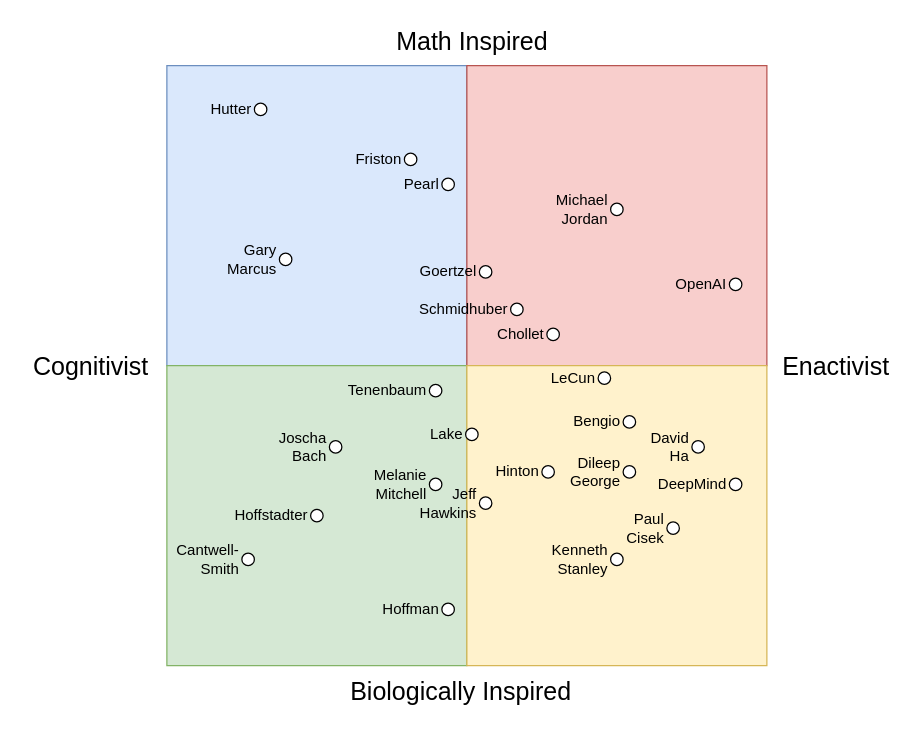
Before: agenda_preference.drawio in codeaudit/1, a draw.io diagram. Source tidied: cells renumbered, new cells numbered last; positions are measured from the earlier drawing's top-left corner, leaving out a move shared by most shapes. Both pictures are drawn from the tidied source at 125%, with x=0, y=0 at pixel (21, 21).
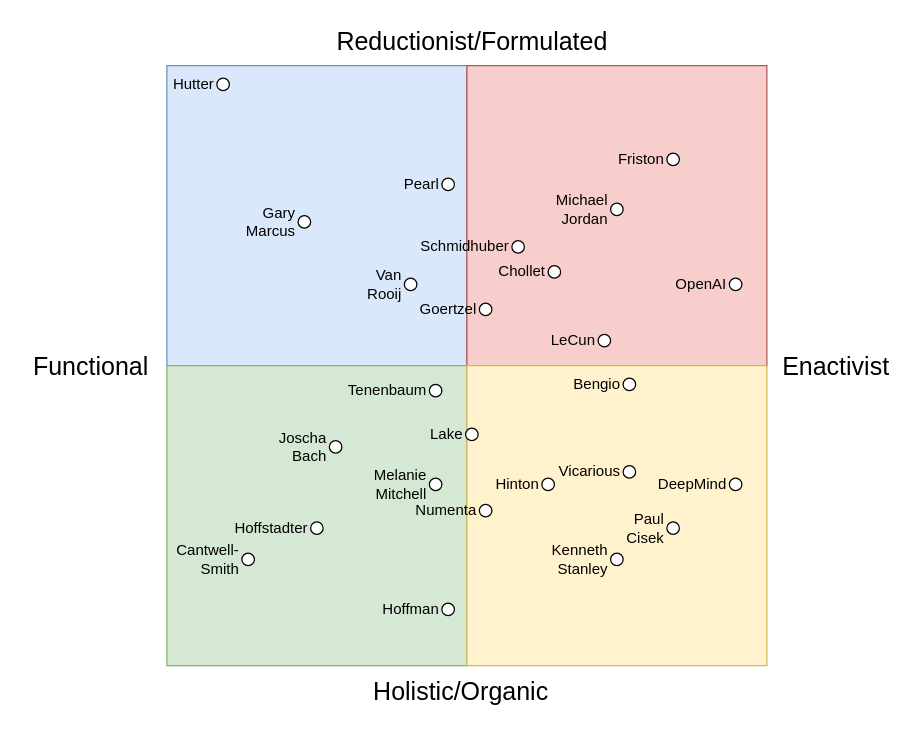
The same diagram, later.

Change to the diagram source:
```diff
@@
-    <mxCell id="6" value="Biologically Inspired" style="text;html=1;align=center;verticalAlign=middle;fontSize=20;" parent="1" vertex="1">
-      <mxGeometry x="256" y="520" width="190" height="30" as="geometry" />
+    <mxCell id="6" value="Holistic/Organic" style="text;html=1;align=center;verticalAlign=middle;fontSize=20;" parent="1" vertex="1">
+      <mxGeometry x="271" y="520" width="160" height="30" as="geometry" />
     </mxCell>
-    <mxCell id="7" value="Math Inspired" style="text;html=1;align=center;verticalAlign=middle;fontSize=20;" parent="1" vertex="1">
-      <mxGeometry x="290" width="140" height="30" as="geometry" />
+    <mxCell id="7" value="Reductionist/Formulated" style="text;html=1;align=center;verticalAlign=middle;fontSize=20;" parent="1" vertex="1">
+      <mxGeometry x="245" width="230" height="30" as="geometry" />
     </mxCell>
@@
-    <mxCell id="9" value="Cognitivist" style="text;html=1;align=center;verticalAlign=middle;fontSize=20;" parent="1" vertex="1">
+    <mxCell id="9" value="Functional" style="text;html=1;align=center;verticalAlign=middle;fontSize=20;" parent="1" vertex="1">
       <mxGeometry y="260" width="110" height="30" as="geometry" />
     </mxCell>
@@
-    <mxCell id="11" value="Jeff&lt;br&gt;Hawkins" style="ellipse;whiteSpace=wrap;html=1;fontSize=12;labelPosition=left;verticalLabelPosition=middle;align=right;verticalAlign=middle;" parent="1" vertex="1">
-      <mxGeometry x="366" y="380" width="10" height="10" as="geometry" />
+    <mxCell id="11" value="Numenta" style="ellipse;whiteSpace=wrap;html=1;fontSize=12;labelPosition=left;verticalLabelPosition=middle;align=right;verticalAlign=middle;" parent="1" vertex="1">
+      <mxGeometry x="366" y="386" width="10" height="10" as="geometry" />
     </mxCell>
     <mxCell id="12" value="Gary&lt;br&gt;Marcus" style="ellipse;whiteSpace=wrap;html=1;fontSize=12;labelPosition=left;verticalLabelPosition=middle;align=right;verticalAlign=middle;" parent="1" vertex="1">
-      <mxGeometry x="206" y="185" width="10" height="10" as="geometry" />
+      <mxGeometry x="221" y="155" width="10" height="10" as="geometry" />
     </mxCell>
     <mxCell id="13" value="LeCun" style="ellipse;whiteSpace=wrap;html=1;fontSize=12;labelPosition=left;verticalLabelPosition=middle;align=right;verticalAlign=middle;" parent="1" vertex="1">
-      <mxGeometry x="461" y="280" width="10" height="10" as="geometry" />
+      <mxGeometry x="461" y="250" width="10" height="10" as="geometry" />
     </mxCell>
     <mxCell id="14" value="Hinton" style="ellipse;whiteSpace=wrap;html=1;fontSize=12;labelPosition=left;verticalLabelPosition=middle;align=right;verticalAlign=middle;" parent="1" vertex="1">
-      <mxGeometry x="416" y="355" width="10" height="10" as="geometry" />
+      <mxGeometry x="416" y="365" width="10" height="10" as="geometry" />
     </mxCell>
     <mxCell id="15" value="Bengio" style="ellipse;whiteSpace=wrap;html=1;fontSize=12;labelPosition=left;verticalLabelPosition=middle;align=right;verticalAlign=middle;" parent="1" vertex="1">
-      <mxGeometry x="481" y="315" width="10" height="10" as="geometry" />
+      <mxGeometry x="481" y="285" width="10" height="10" as="geometry" />
     </mxCell>
     <mxCell id="16" value="Schmidhuber" style="ellipse;whiteSpace=wrap;html=1;fontSize=12;labelPosition=left;verticalLabelPosition=middle;align=right;verticalAlign=middle;" parent="1" vertex="1">
-      <mxGeometry x="391" y="225" width="10" height="10" as="geometry" />
+      <mxGeometry x="392" y="175" width="10" height="10" as="geometry" />
     </mxCell>
-    <mxCell id="17" value="David&lt;br&gt;Ha" style="ellipse;whiteSpace=wrap;html=1;fontSize=12;labelPosition=left;verticalLabelPosition=middle;align=right;verticalAlign=middle;" parent="1" vertex="1">
-      <mxGeometry x="536" y="335" width="10" height="10" as="geometry" />
-    </mxCell>
@@
     <mxCell id="20" value="Hoffstadter" style="ellipse;whiteSpace=wrap;html=1;fontSize=12;labelPosition=left;verticalLabelPosition=middle;align=right;verticalAlign=middle;" parent="1" vertex="1">
-      <mxGeometry x="231" y="390" width="10" height="10" as="geometry" />
+      <mxGeometry x="231" y="400" width="10" height="10" as="geometry" />
     </mxCell>
@@
     <mxCell id="22" value="Hutter" style="ellipse;whiteSpace=wrap;html=1;fontSize=12;labelPosition=left;verticalLabelPosition=middle;align=right;verticalAlign=middle;" parent="1" vertex="1">
-      <mxGeometry x="186" y="65" width="10" height="10" as="geometry" />
+      <mxGeometry x="156" y="45" width="10" height="10" as="geometry" />
     </mxCell>
     <mxCell id="23" value="Goertzel" style="ellipse;whiteSpace=wrap;html=1;fontSize=12;labelPosition=left;verticalLabelPosition=middle;align=right;verticalAlign=middle;" parent="1" vertex="1">
-      <mxGeometry x="366" y="195" width="10" height="10" as="geometry" />
+      <mxGeometry x="366" y="225" width="10" height="10" as="geometry" />
     </mxCell>
@@
     <mxCell id="31" value="Chollet" style="ellipse;whiteSpace=wrap;html=1;fontSize=12;labelPosition=left;verticalLabelPosition=middle;align=right;verticalAlign=middle;" parent="1" vertex="1">
-      <mxGeometry x="420" y="245" width="10" height="10" as="geometry" />
+      <mxGeometry x="421" y="195" width="10" height="10" as="geometry" />
     </mxCell>
-    <mxCell id="32" value="Dileep&lt;br&gt;George" style="ellipse;whiteSpace=wrap;html=1;fontSize=12;labelPosition=left;verticalLabelPosition=middle;align=right;verticalAlign=middle;" parent="1" vertex="1">
+    <mxCell id="32" value="Vicarious" style="ellipse;whiteSpace=wrap;html=1;fontSize=12;labelPosition=left;verticalLabelPosition=middle;align=right;verticalAlign=middle;" parent="1" vertex="1">
       <mxGeometry x="481" y="355" width="10" height="10" as="geometry" />
     </mxCell>
@@
     <mxCell id="34" value="Friston" style="ellipse;whiteSpace=wrap;html=1;fontSize=12;labelPosition=left;verticalLabelPosition=middle;align=right;verticalAlign=middle;" parent="1" vertex="1">
-      <mxGeometry x="306" y="105" width="10" height="10" as="geometry" />
+      <mxGeometry x="516" y="105" width="10" height="10" as="geometry" />
     </mxCell>
+    <mxCell id="35" value="Van Rooij" style="ellipse;whiteSpace=wrap;html=1;fontSize=12;labelPosition=left;verticalLabelPosition=middle;align=right;verticalAlign=middle;" parent="1" vertex="1">
+      <mxGeometry x="306" y="205" width="10" height="10" as="geometry" />
+    </mxCell>
```
